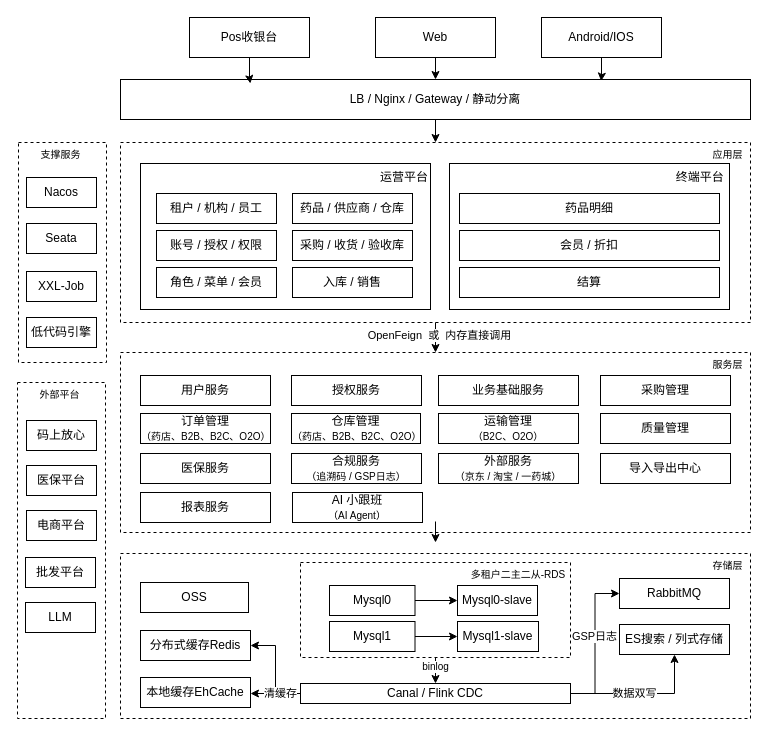
Before: drawio/医药SaaS总架构图.drawio in ganca-coder/DrugSaaS, a draw.io diagram. Source tidied: cells renumbered, new cells numbered last; positions are measured from the earlier drawing's top-left corner, leaving out a move shared by most shapes. Both pictures are drawn from the tidied source at 100%, with x=0, y=0 at pixel (17, 17).
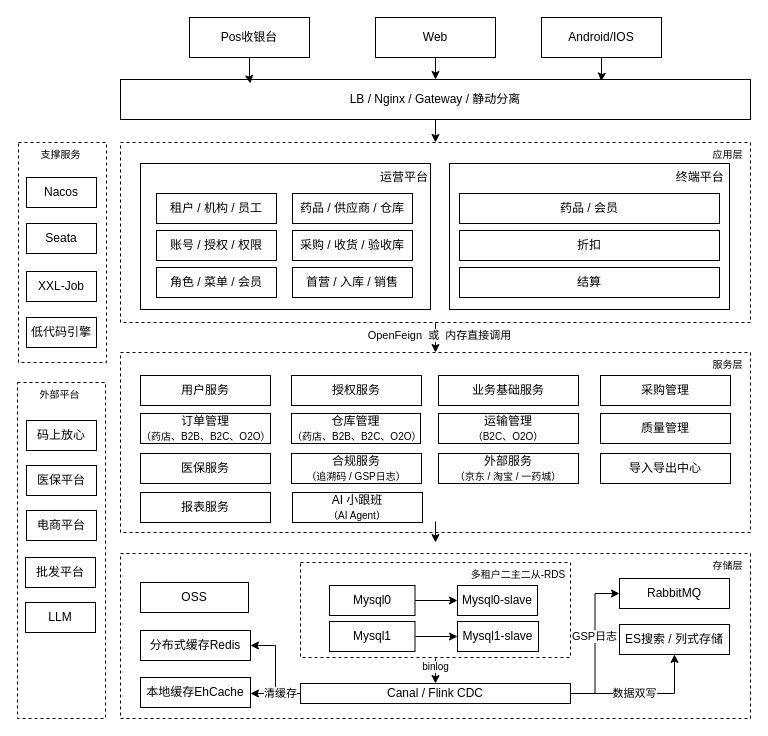
The same diagram, later.

The edit, as a diff of the source:
```diff
@@
-    <mxCell id="25" value="入库 / 销售" style="rounded=0;whiteSpace=wrap;html=1;" parent="1" vertex="1">
+    <mxCell id="25" value="首营 / 入库 / 销售" style="rounded=0;whiteSpace=wrap;html=1;" parent="1" vertex="1">
       <mxGeometry x="275" y="250" width="120" height="30" as="geometry" />
     </mxCell>
@@
-    <mxCell id="27" value="药品明细" style="rounded=0;whiteSpace=wrap;html=1;" parent="1" vertex="1">
+    <mxCell id="27" value="药品 / 会员" style="rounded=0;whiteSpace=wrap;html=1;" parent="1" vertex="1">
       <mxGeometry x="442" y="176" width="260" height="30" as="geometry" />
     </mxCell>
-    <mxCell id="28" value="会员 / 折扣" style="rounded=0;whiteSpace=wrap;html=1;" parent="1" vertex="1">
+    <mxCell id="28" value="折扣" style="rounded=0;whiteSpace=wrap;html=1;" parent="1" vertex="1">
       <mxGeometry x="442" y="213" width="260" height="30" as="geometry" />
     </mxCell>
```
